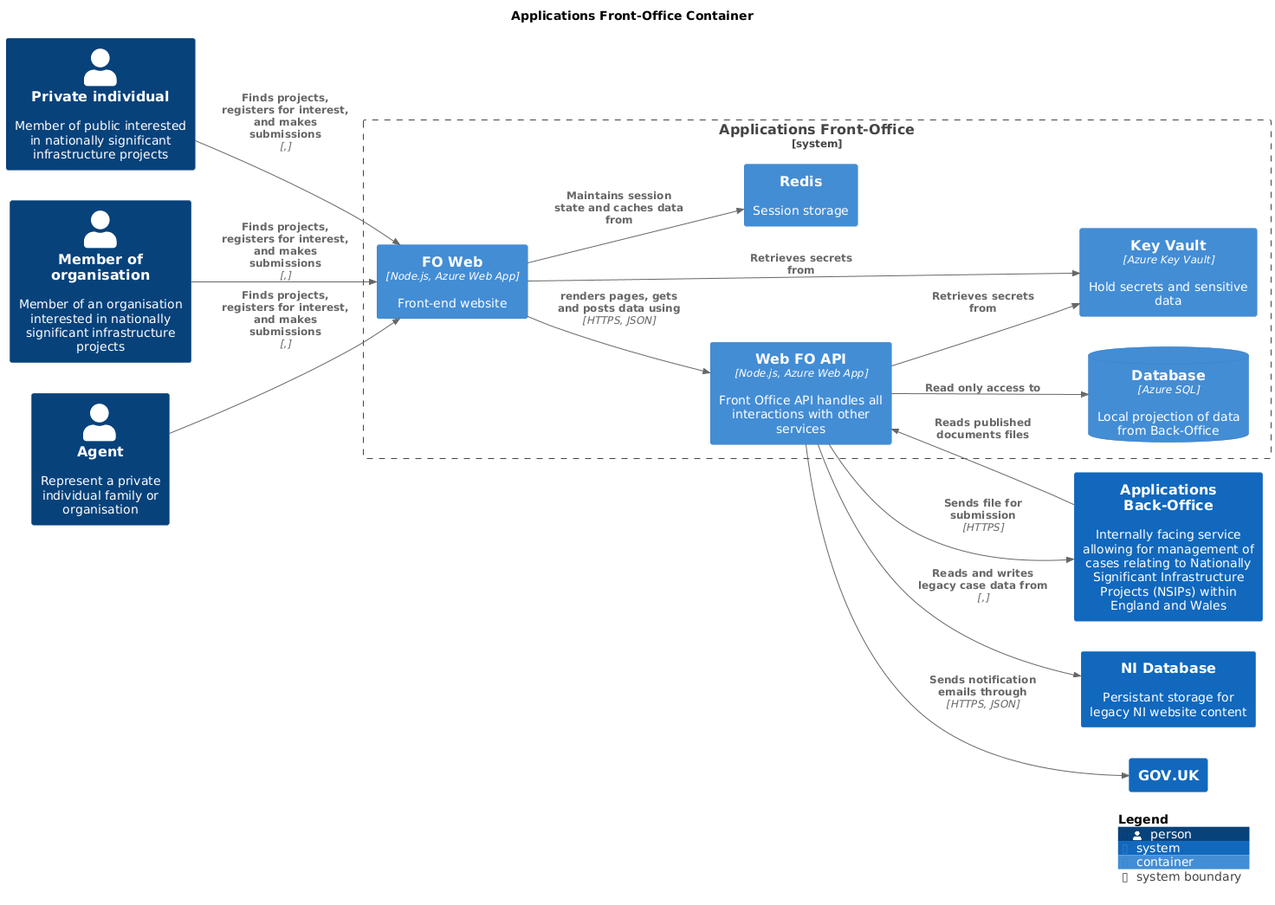
The PlantUML diagram master/png/ApplicationsFOContainer.png in Planning-Inspectorate/applications-service, before a commit. Its diagram source:
```plantuml
@startuml
set separator none
title Applications Front-Office Container

left to right direction

!include <C4/C4>
!include <C4/C4_Context>
!include <C4/C4_Container>

Person(Privateindividual, "Private individual", $descr="Member of public interested in nationally significant infrastructure projects", $tags="", $link="")
Person(Memberoforganisation, "Member of organisation", $descr="Member of an organisation interested in nationally significant infrastructure projects", $tags="", $link="")
Person(Agent, "Agent", $descr="Represent a private individual family or organisation", $tags="", $link="")
System(ApplicationsBackOffice, "Applications Back-Office", $descr="Internally facing service allowing for management of cases relating to Nationally Significant Infrastructure Projects (NSIPs) within England and Wales", $tags="", $link="")
System(NIDatabase, "NI Database", $descr="Persistant storage for legacy NI website content", $tags="", $link="")
System(GOVUK, "GOV.UK", $descr="", $tags="", $link="")

System_Boundary("ApplicationsFrontOffice_boundary", "Applications Front-Office", $tags="") {
  Container(ApplicationsFrontOffice.KeyVault, "Key Vault", $techn="Azure Key Vault", $descr="Hold secrets and sensitive data", $tags="", $link="")
  Container(ApplicationsFrontOffice.FOWeb, "FO Web", $techn="Node.js, Azure Web App", $descr="Front-end website", $tags="", $link="")
  Container(ApplicationsFrontOffice.WebFOAPI, "Web FO API", $techn="Node.js, Azure Web App", $descr="Front Office API handles all interactions with other services", $tags="", $link="")
  Container(ApplicationsFrontOffice.Redis, "Redis", $techn="", $descr="Session storage", $tags="", $link="")
  ContainerDb(ApplicationsFrontOffice.Database, "Database", $techn="Azure SQL", $descr="Local projection of data from Back-Office", $tags="", $link="")
}

Rel(ApplicationsFrontOffice.WebFOAPI, ApplicationsBackOffice, "Sends file for submission", $techn="HTTPS", $tags="", $link="")
Rel(ApplicationsBackOffice, ApplicationsFrontOffice.WebFOAPI, "Reads published documents files", $techn="", $tags="", $link="")
Rel(Privateindividual, ApplicationsFrontOffice.FOWeb, "Finds projects, registers for interest, and makes submissions", $techn=",", $tags="", $link="")
Rel(Memberoforganisation, ApplicationsFrontOffice.FOWeb, "Finds projects, registers for interest, and makes submissions", $techn=",", $tags="", $link="")
Rel(Agent, ApplicationsFrontOffice.FOWeb, "Finds projects, registers for interest, and makes submissions", $techn=",", $tags="", $link="")
Rel(ApplicationsFrontOffice.FOWeb, ApplicationsFrontOffice.Redis, "Maintains session state and caches data from", $techn="", $tags="", $link="")
Rel(ApplicationsFrontOffice.FOWeb, ApplicationsFrontOffice.KeyVault, "Retrieves secrets from", $techn="", $tags="", $link="")
Rel(ApplicationsFrontOffice.FOWeb, ApplicationsFrontOffice.WebFOAPI, "renders pages, gets and posts data using", $techn="HTTPS, JSON", $tags="", $link="")
Rel(ApplicationsFrontOffice.WebFOAPI, ApplicationsFrontOffice.Database, "Read only access to", $techn="", $tags="", $link="")
Rel(ApplicationsFrontOffice.WebFOAPI, GOVUK, "Sends notification emails through", $techn="HTTPS, JSON", $tags="", $link="")
Rel(ApplicationsFrontOffice.WebFOAPI, NIDatabase, "Reads and writes legacy case data from", $techn=",", $tags="", $link="")
Rel(ApplicationsFrontOffice.WebFOAPI, ApplicationsFrontOffice.KeyVault, "Retrieves secrets from", $techn="", $tags="", $link="")

SHOW_LEGEND(true)
@enduml
```
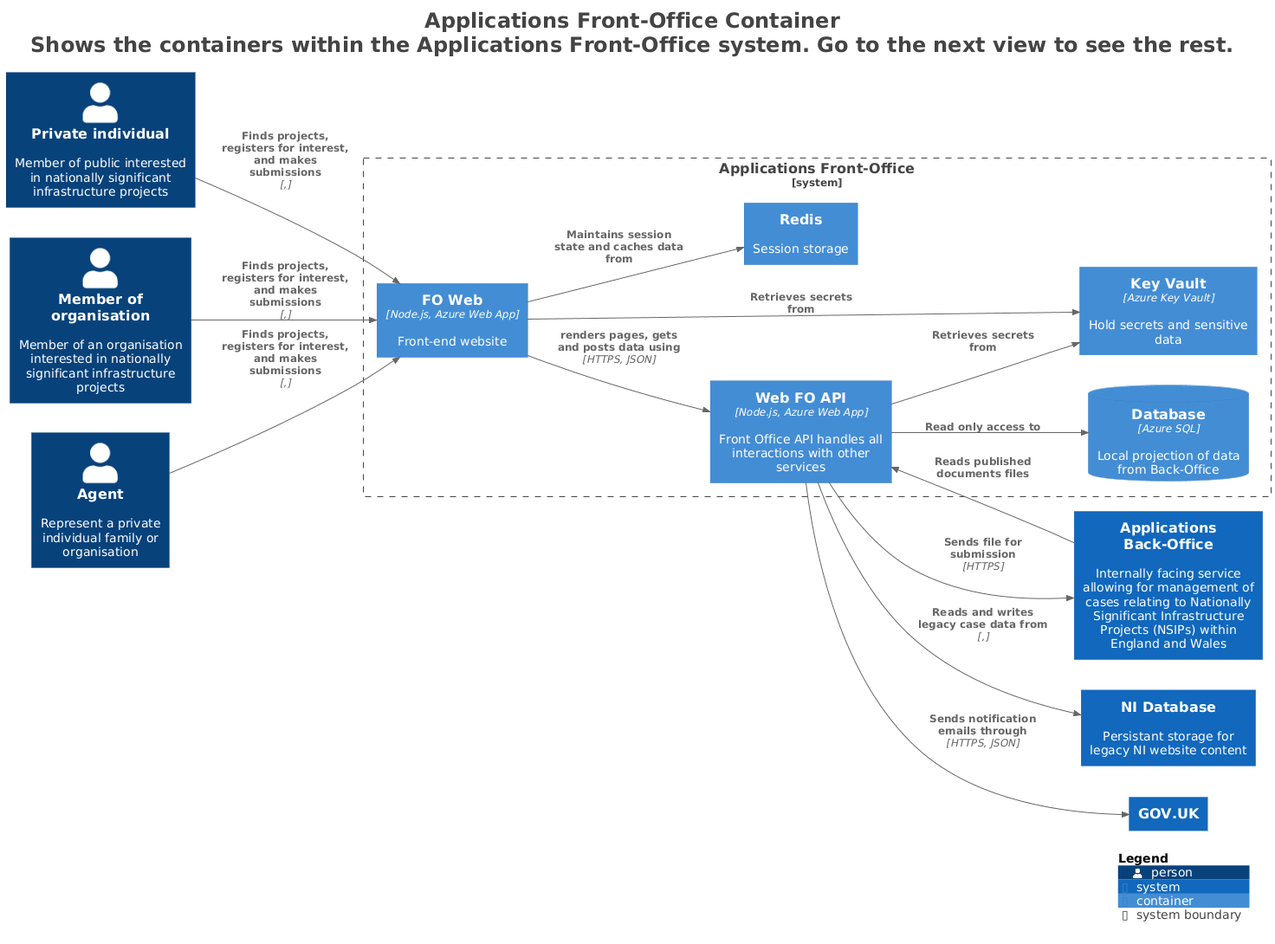
The same file after the commit.

Change to the diagram source:
```diff
@@ -1,8 +1,15 @@
 @startuml
+title <size:24>Applications Front-Office Container</size>\n<size:24>Shows the containers within the Applications Front-Office system. Go to the next view to see the rest.</size>
+
 set separator none
-title Applications Front-Office Container
+left to right direction
 
-left to right direction
+<style>
+  root {
+    BackgroundColor: #ffffff
+    FontColor: #444444
+  }
+</style>
 
 !include <C4/C4>
 !include <C4/C4_Context>
@@ -37,4 +44,5 @@
 Rel(ApplicationsFrontOffice.WebFOAPI, ApplicationsFrontOffice.KeyVault, "Retrieves secrets from", $techn="", $tags="", $link="")
 
 SHOW_LEGEND(true)
+hide stereotypes
 @enduml
```
